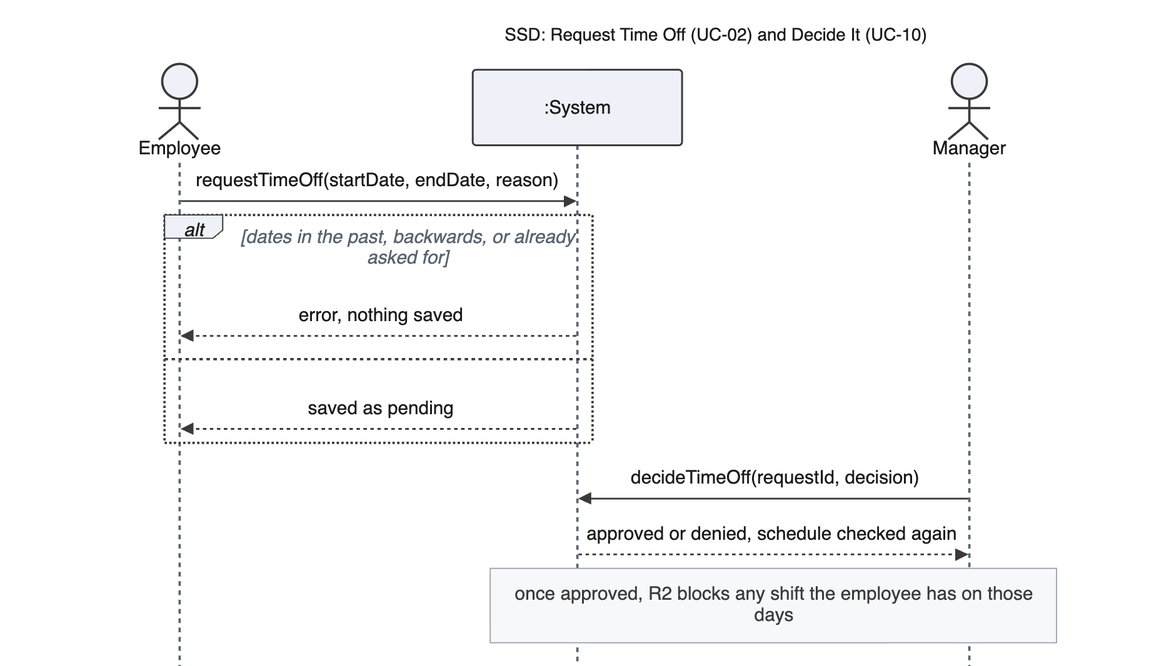
Earlier version of the Mermaid export diagrams/images/requirements/ssd_timeoff.png (perfettiful/ShiftChex). Its source is kept beside it as diagrams/mmd/requirements/ssd_timeoff.mmd.
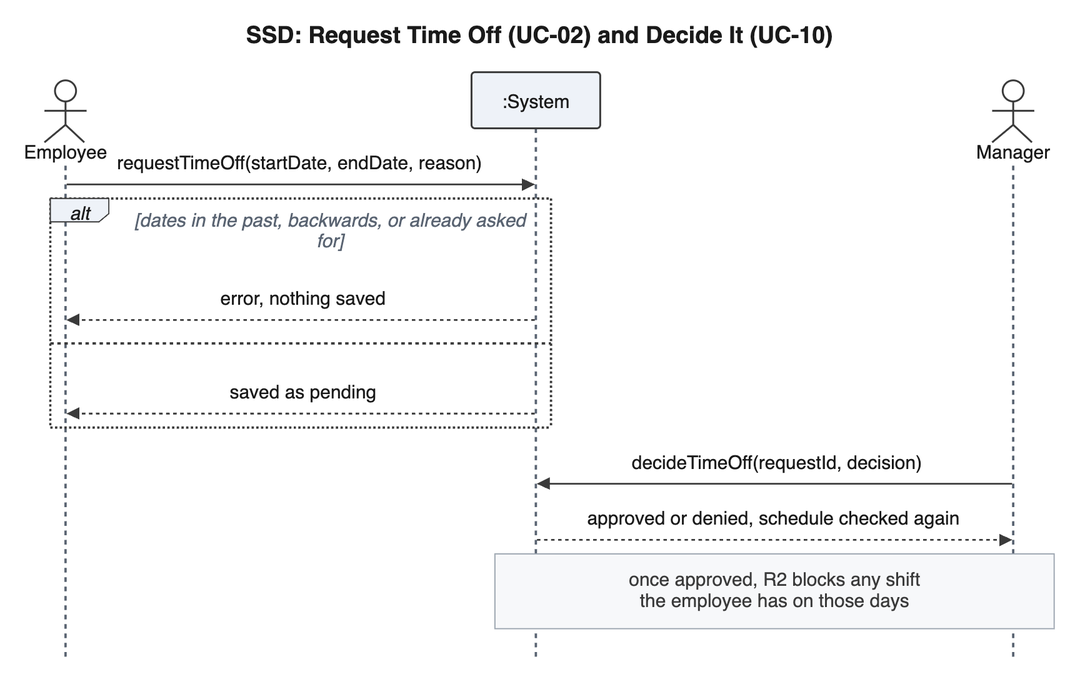
Above is the later version.

Change to the diagram source:
```diff
@@ -13,4 +13,4 @@
     end
     Manager->>System: decideTimeOff(requestId, decision)
     System-->>Manager: approved or denied, schedule checked again
-    Note over System,Manager: once approved, R2 blocks any shift the employee has on those days
+    Note over System,Manager: once approved, R2 blocks any shift<br/>the employee has on those days
```
